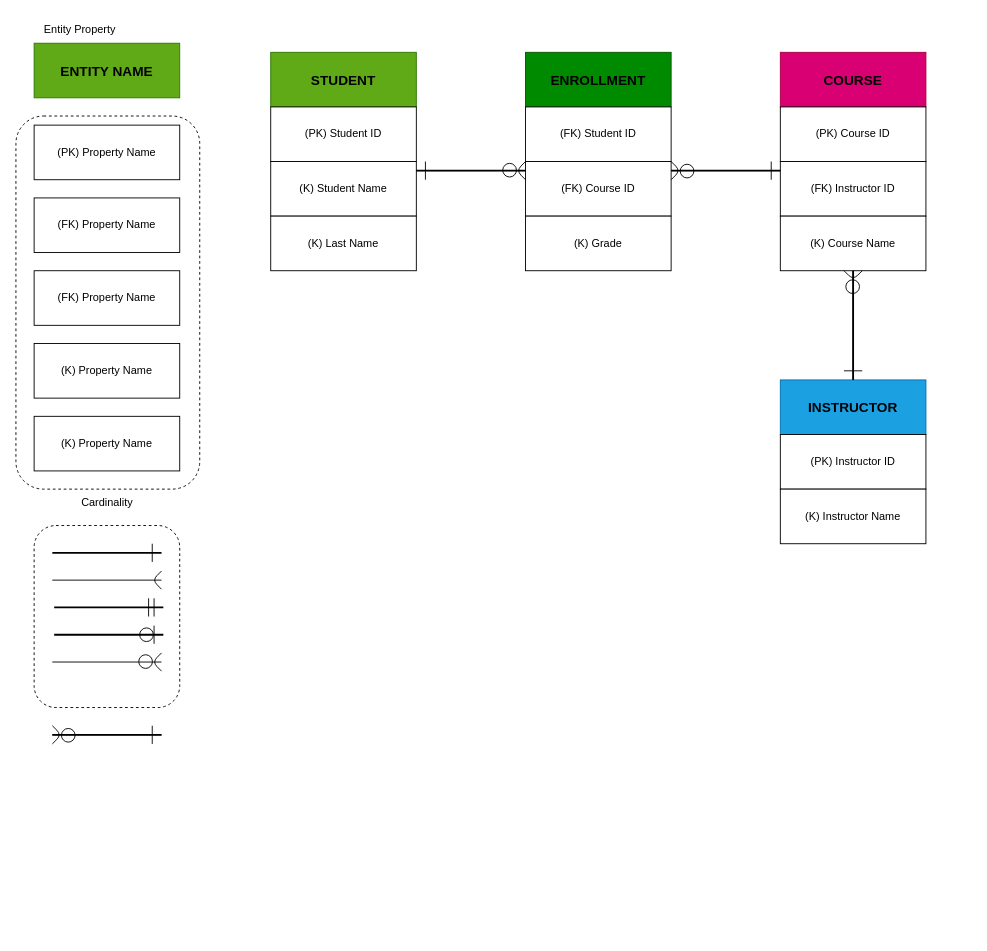
Above: Day 05/ERD TEMPLATE.drawio in James-Jaffray/Database_Fundamentals_in_Class (draw.io), before the change. Source tidied: cells renumbered, new cells numbered last; positions are measured from the earlier drawing's top-left corner, leaving out a move shared by most shapes. Both pictures are drawn from the tidied source at 91%, with x=0, y=0 at pixel (15, 15).
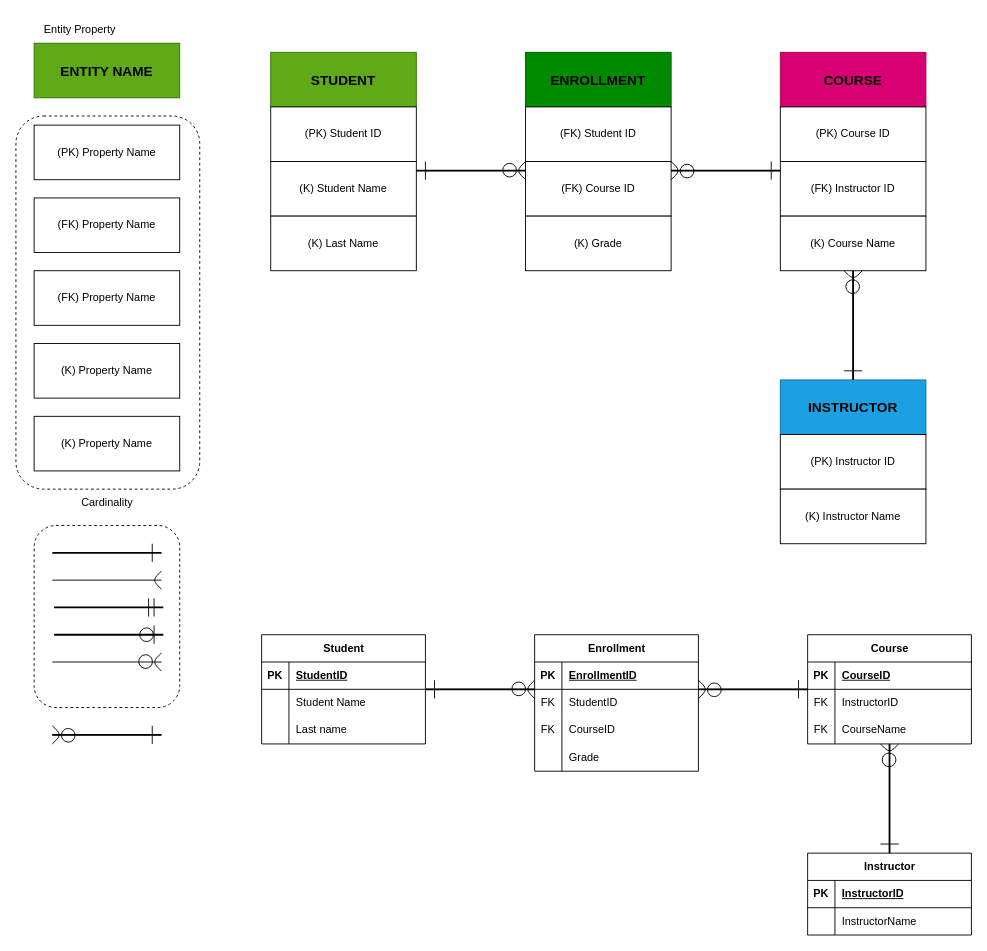
The same diagram, later.

Change to the diagram source:
```diff
@@
+    <mxCell id="74" value="Student" style="shape=table;startSize=30;childLayout=tableLayout;rowLines=0;fontStyle=1;align=center;html=1;" parent="1" vertex="1">
+      <mxGeometry x="270" y="680" width="180" height="120" as="geometry" />
+    </mxCell>
+    <mxCell id="75" style="shape=tableRow;horizontal=0;startSize=0;swimlaneHead=0;swimlaneBody=0;fillColor=none;top=0;left=0;right=0;bottom=1;" parent="74" vertex="1">
+      <mxGeometry y="30" width="180" height="30" as="geometry" />
+    </mxCell>
+    <mxCell id="76" value="PK" style="shape=partialRectangle;fillColor=none;top=0;left=0;bottom=0;right=0;fontStyle=1;overflow=hidden;whiteSpace=wrap;html=1;" parent="75" vertex="1">
+      <mxGeometry width="30" height="30" as="geometry" />
+    </mxCell>
+    <mxCell id="77" value="StudentID" style="shape=partialRectangle;fillColor=none;top=0;left=0;bottom=0;right=0;align=left;spacingLeft=6;fontStyle=5;overflow=hidden;whiteSpace=wrap;html=1;" parent="75" vertex="1">
+      <mxGeometry x="30" width="150" height="30" as="geometry" />
+    </mxCell>
+    <mxCell id="78" style="shape=tableRow;horizontal=0;startSize=0;swimlaneHead=0;swimlaneBody=0;fillColor=none;top=0;left=0;right=0;bottom=0;" parent="74" vertex="1">
+      <mxGeometry y="60" width="180" height="30" as="geometry" />
+    </mxCell>
+    <mxCell id="79" style="shape=partialRectangle;fillColor=none;top=0;left=0;bottom=0;right=0;overflow=hidden;whiteSpace=wrap;html=1;" parent="78" vertex="1">
+      <mxGeometry width="30" height="30" as="geometry" />
+    </mxCell>
+    <mxCell id="80" value="Student Name" style="shape=partialRectangle;fillColor=none;top=0;left=0;bottom=0;right=0;align=left;spacingLeft=6;overflow=hidden;whiteSpace=wrap;html=1;" parent="78" vertex="1">
+      <mxGeometry x="30" width="150" height="30" as="geometry" />
+    </mxCell>
+    <mxCell id="81" style="shape=tableRow;horizontal=0;startSize=0;swimlaneHead=0;swimlaneBody=0;fillColor=none;top=0;left=0;right=0;bottom=0;" parent="74" vertex="1">
+      <mxGeometry y="90" width="180" height="30" as="geometry" />
+    </mxCell>
+    <mxCell id="82" style="shape=partialRectangle;fillColor=none;top=0;left=0;bottom=0;right=0;overflow=hidden;whiteSpace=wrap;html=1;" parent="81" vertex="1">
+      <mxGeometry width="30" height="30" as="geometry" />
+    </mxCell>
+    <mxCell id="83" value="Last name" style="shape=partialRectangle;fillColor=none;top=0;left=0;bottom=0;right=0;align=left;spacingLeft=6;overflow=hidden;whiteSpace=wrap;html=1;" parent="81" vertex="1">
+      <mxGeometry x="30" width="150" height="30" as="geometry" />
+    </mxCell>
+    <mxCell id="84" value="Enrollment" style="shape=table;startSize=30;childLayout=tableLayout;rowLines=0;fontStyle=1;align=center;html=1;" parent="1" vertex="1">
+      <mxGeometry x="570" y="680" width="180" height="150" as="geometry" />
+    </mxCell>
+    <mxCell id="85" style="shape=tableRow;horizontal=0;startSize=0;swimlaneHead=0;swimlaneBody=0;fillColor=none;top=0;left=0;right=0;bottom=1;" parent="84" vertex="1">
+      <mxGeometry y="30" width="180" height="30" as="geometry" />
+    </mxCell>
+    <mxCell id="86" value="PK" style="shape=partialRectangle;fillColor=none;top=0;left=0;bottom=0;right=0;fontStyle=1;overflow=hidden;whiteSpace=wrap;html=1;" parent="85" vertex="1">
+      <mxGeometry width="30" height="30" as="geometry" />
+    </mxCell>
+    <mxCell id="87" value="EnrollmentID" style="shape=partialRectangle;fillColor=none;top=0;left=0;bottom=0;right=0;align=left;spacingLeft=6;fontStyle=5;overflow=hidden;whiteSpace=wrap;html=1;" parent="85" vertex="1">
+      <mxGeometry x="30" width="150" height="30" as="geometry" />
+    </mxCell>
+    <mxCell id="88" style="shape=tableRow;horizontal=0;startSize=0;swimlaneHead=0;swimlaneBody=0;fillColor=none;top=0;left=0;right=0;bottom=0;" parent="84" vertex="1">
+      <mxGeometry y="60" width="180" height="30" as="geometry" />
+    </mxCell>
+    <mxCell id="89" value="FK" style="shape=partialRectangle;fillColor=none;top=0;left=0;bottom=0;right=0;overflow=hidden;whiteSpace=wrap;html=1;" parent="88" vertex="1">
+      <mxGeometry width="30" height="30" as="geometry" />
+    </mxCell>
+    <mxCell id="90" value="StudentID" style="shape=partialRectangle;fillColor=none;top=0;left=0;bottom=0;right=0;align=left;spacingLeft=6;overflow=hidden;whiteSpace=wrap;html=1;" parent="88" vertex="1">
+      <mxGeometry x="30" width="150" height="30" as="geometry" />
+    </mxCell>
+    <mxCell id="91" style="shape=tableRow;horizontal=0;startSize=0;swimlaneHead=0;swimlaneBody=0;fillColor=none;top=0;left=0;right=0;bottom=0;" parent="84" vertex="1">
+      <mxGeometry y="90" width="180" height="30" as="geometry" />
+    </mxCell>
+    <mxCell id="92" value="FK" style="shape=partialRectangle;fillColor=none;top=0;left=0;bottom=0;right=0;overflow=hidden;whiteSpace=wrap;html=1;" parent="91" vertex="1">
+      <mxGeometry width="30" height="30" as="geometry" />
+    </mxCell>
+    <mxCell id="93" value="CourseID" style="shape=partialRectangle;fillColor=none;top=0;left=0;bottom=0;right=0;align=left;spacingLeft=6;overflow=hidden;whiteSpace=wrap;html=1;" parent="91" vertex="1">
+      <mxGeometry x="30" width="150" height="30" as="geometry" />
+    </mxCell>
+    <mxCell id="94" style="shape=tableRow;horizontal=0;startSize=0;swimlaneHead=0;swimlaneBody=0;fillColor=none;top=0;left=0;right=0;bottom=0;" parent="84" vertex="1">
+      <mxGeometry y="120" width="180" height="30" as="geometry" />
+    </mxCell>
+    <mxCell id="95" style="shape=partialRectangle;fillColor=none;top=0;left=0;bottom=0;right=0;overflow=hidden;whiteSpace=wrap;html=1;" parent="94" vertex="1">
+      <mxGeometry width="30" height="30" as="geometry" />
+    </mxCell>
+    <mxCell id="96" value="Grade" style="shape=partialRectangle;fillColor=none;top=0;left=0;bottom=0;right=0;align=left;spacingLeft=6;overflow=hidden;whiteSpace=wrap;html=1;" parent="94" vertex="1">
+      <mxGeometry x="30" width="150" height="30" as="geometry" />
+    </mxCell>
+    <mxCell id="97" value="Course" style="shape=table;startSize=30;childLayout=tableLayout;rowLines=0;fontStyle=1;align=center;html=1;" parent="1" vertex="1">
+      <mxGeometry x="870" y="680" width="180" height="120" as="geometry" />
+    </mxCell>
+    <mxCell id="98" style="shape=tableRow;horizontal=0;startSize=0;swimlaneHead=0;swimlaneBody=0;fillColor=none;top=0;left=0;right=0;bottom=1;" parent="97" vertex="1">
+      <mxGeometry y="30" width="180" height="30" as="geometry" />
+    </mxCell>
+    <mxCell id="99" value="PK" style="shape=partialRectangle;fillColor=none;top=0;left=0;bottom=0;right=0;fontStyle=1;overflow=hidden;whiteSpace=wrap;html=1;" parent="98" vertex="1">
+      <mxGeometry width="30" height="30" as="geometry" />
+    </mxCell>
+    <mxCell id="100" value="CourseID" style="shape=partialRectangle;fillColor=none;top=0;left=0;bottom=0;right=0;align=left;spacingLeft=6;fontStyle=5;overflow=hidden;whiteSpace=wrap;html=1;" parent="98" vertex="1">
+      <mxGeometry x="30" width="150" height="30" as="geometry" />
+    </mxCell>
+    <mxCell id="101" style="shape=tableRow;horizontal=0;startSize=0;swimlaneHead=0;swimlaneBody=0;fillColor=none;top=0;left=0;right=0;bottom=0;" parent="97" vertex="1">
+      <mxGeometry y="60" width="180" height="30" as="geometry" />
+    </mxCell>
+    <mxCell id="102" value="FK" style="shape=partialRectangle;fillColor=none;top=0;left=0;bottom=0;right=0;overflow=hidden;whiteSpace=wrap;html=1;" parent="101" vertex="1">
+      <mxGeometry width="30" height="30" as="geometry" />
+    </mxCell>
+    <mxCell id="103" value="InstructorID" style="shape=partialRectangle;fillColor=none;top=0;left=0;bottom=0;right=0;align=left;spacingLeft=6;overflow=hidden;whiteSpace=wrap;html=1;" parent="101" vertex="1">
+      <mxGeometry x="30" width="150" height="30" as="geometry" />
+    </mxCell>
+    <mxCell id="104" style="shape=tableRow;horizontal=0;startSize=0;swimlaneHead=0;swimlaneBody=0;fillColor=none;top=0;left=0;right=0;bottom=0;" parent="97" vertex="1">
+      <mxGeometry y="90" width="180" height="30" as="geometry" />
+    </mxCell>
+    <mxCell id="105" value="FK" style="shape=partialRectangle;fillColor=none;top=0;left=0;bottom=0;right=0;overflow=hidden;whiteSpace=wrap;html=1;" parent="104" vertex="1">
+      <mxGeometry width="30" height="30" as="geometry" />
+    </mxCell>
+    <mxCell id="106" value="CourseName" style="shape=partialRectangle;fillColor=none;top=0;left=0;bottom=0;right=0;align=left;spacingLeft=6;overflow=hidden;whiteSpace=wrap;html=1;" parent="104" vertex="1">
+      <mxGeometry x="30" width="150" height="30" as="geometry" />
+    </mxCell>
+    <mxCell id="107" value="Instructor" style="shape=table;startSize=30;childLayout=tableLayout;rowLines=0;fontStyle=1;align=center;html=1;" parent="1" vertex="1">
+      <mxGeometry x="870" y="920" width="180" height="90" as="geometry" />
+    </mxCell>
+    <mxCell id="108" style="shape=tableRow;horizontal=0;startSize=0;swimlaneHead=0;swimlaneBody=0;fillColor=none;top=0;left=0;right=0;bottom=1;" parent="107" vertex="1">
+      <mxGeometry y="30" width="180" height="30" as="geometry" />
+    </mxCell>
+    <mxCell id="109" value="PK" style="shape=partialRectangle;fillColor=none;top=0;left=0;bottom=0;right=0;fontStyle=1;overflow=hidden;whiteSpace=wrap;html=1;" parent="108" vertex="1">
+      <mxGeometry width="30" height="30" as="geometry" />
+    </mxCell>
+    <mxCell id="110" value="InstructorID" style="shape=partialRectangle;fillColor=none;top=0;left=0;bottom=0;right=0;align=left;spacingLeft=6;fontStyle=5;overflow=hidden;whiteSpace=wrap;html=1;" parent="108" vertex="1">
+      <mxGeometry x="30" width="150" height="30" as="geometry" />
+    </mxCell>
+    <mxCell id="111" style="shape=tableRow;horizontal=0;startSize=0;swimlaneHead=0;swimlaneBody=0;fillColor=none;top=0;left=0;right=0;bottom=0;" parent="107" vertex="1">
+      <mxGeometry y="60" width="180" height="30" as="geometry" />
+    </mxCell>
+    <mxCell id="112" style="shape=partialRectangle;fillColor=none;top=0;left=0;bottom=0;right=0;overflow=hidden;whiteSpace=wrap;html=1;" parent="111" vertex="1">
+      <mxGeometry width="30" height="30" as="geometry" />
+    </mxCell>
+    <mxCell id="113" value="InstructorName" style="shape=partialRectangle;fillColor=none;top=0;left=0;bottom=0;right=0;align=left;spacingLeft=6;overflow=hidden;whiteSpace=wrap;html=1;" parent="111" vertex="1">
+      <mxGeometry x="30" width="150" height="30" as="geometry" />
+    </mxCell>
+    <mxCell id="114" style="group;rotation=-180;" parent="1" vertex="1">
+      <mxGeometry x="450" y="730" width="120" height="20" as="geometry" />
+    </mxCell>
+    <mxCell id="115" style="endArrow=none;html=1;strokeWidth=2;" parent="114" edge="1">
+      <mxGeometry relative="1" as="geometry">
+        <mxPoint x="120" y="10" as="sourcePoint" />
+        <mxPoint y="10" as="targetPoint" />
+      </mxGeometry>
+    </mxCell>
+    <mxCell id="116" style="endArrow=none;html=1;" parent="114" edge="1">
+      <mxGeometry relative="1" as="geometry">
+        <mxPoint x="10" as="sourcePoint" />
+        <mxPoint x="10" y="20" as="targetPoint" />
+      </mxGeometry>
+    </mxCell>
+    <mxCell id="117" style="group;rotation=-360;" parent="114" vertex="1">
+      <mxGeometry width="120" height="20" as="geometry" />
+    </mxCell>
+    <mxCell id="118" style="endArrow=none;html=1;" parent="117" edge="1">
+      <mxGeometry relative="1" as="geometry">
+        <mxPoint y="10" as="sourcePoint" />
+        <mxPoint x="120" y="10" as="targetPoint" />
+      </mxGeometry>
+    </mxCell>
+    <mxCell id="119" style="endArrow=none;html=1;" parent="117" edge="1">
+      <mxGeometry relative="1" as="geometry">
+        <mxPoint x="120" y="20" as="sourcePoint" />
+        <mxPoint x="120" as="targetPoint" />
+        <Array as="points">
+          <mxPoint x="110" y="10" />
+        </Array>
+      </mxGeometry>
+    </mxCell>
+    <mxCell id="120" style="ellipse;whiteSpace=wrap;html=1;fillColor=none;rotation=-360;" parent="117" vertex="1">
+      <mxGeometry x="95" y="2" width="15" height="15" as="geometry" />
+    </mxCell>
+    <mxCell id="121" style="group;rotation=0;" parent="1" vertex="1">
+      <mxGeometry x="750" y="730" width="120" height="20" as="geometry" />
+    </mxCell>
+    <mxCell id="122" style="endArrow=none;html=1;strokeWidth=2;" parent="121" edge="1">
+      <mxGeometry relative="1" as="geometry">
+        <mxPoint y="10" as="sourcePoint" />
+        <mxPoint x="120" y="10" as="targetPoint" />
+      </mxGeometry>
+    </mxCell>
+    <mxCell id="123" style="endArrow=none;html=1;" parent="121" edge="1">
+      <mxGeometry relative="1" as="geometry">
+        <mxPoint x="110" y="20" as="sourcePoint" />
+        <mxPoint x="110" as="targetPoint" />
+      </mxGeometry>
+    </mxCell>
+    <mxCell id="124" style="group;rotation=-180;" parent="121" vertex="1">
+      <mxGeometry width="120" height="20" as="geometry" />
+    </mxCell>
+    <mxCell id="125" style="endArrow=none;html=1;" parent="124" edge="1">
+      <mxGeometry relative="1" as="geometry">
+        <mxPoint x="120" y="10" as="sourcePoint" />
+        <mxPoint y="10" as="targetPoint" />
+      </mxGeometry>
+    </mxCell>
+    <mxCell id="126" style="endArrow=none;html=1;" parent="124" edge="1">
+      <mxGeometry relative="1" as="geometry">
+        <mxPoint as="sourcePoint" />
+        <mxPoint y="20" as="targetPoint" />
+        <Array as="points">
+          <mxPoint x="10" y="10" />
+        </Array>
+      </mxGeometry>
+    </mxCell>
+    <mxCell id="127" style="ellipse;whiteSpace=wrap;html=1;fillColor=none;rotation=-180;" parent="124" vertex="1">
+      <mxGeometry x="10" y="3" width="15" height="15" as="geometry" />
+    </mxCell>
+    <mxCell id="128" style="group;rotation=90;" parent="1" vertex="1">
+      <mxGeometry x="900" y="850" width="120" height="20" as="geometry" />
+    </mxCell>
+    <mxCell id="129" style="endArrow=none;html=1;strokeWidth=2;" parent="128" edge="1">
+      <mxGeometry relative="1" as="geometry">
+        <mxPoint x="60" y="-50" as="sourcePoint" />
+        <mxPoint x="60" y="70" as="targetPoint" />
+      </mxGeometry>
+    </mxCell>
+    <mxCell id="130" style="endArrow=none;html=1;" parent="128" edge="1">
+      <mxGeometry relative="1" as="geometry">
+        <mxPoint x="50" y="60" as="sourcePoint" />
+        <mxPoint x="70" y="60" as="targetPoint" />
+      </mxGeometry>
+    </mxCell>
+    <mxCell id="131" style="group;rotation=-90;" parent="128" vertex="1">
+      <mxGeometry width="120" height="20" as="geometry" />
+    </mxCell>
+    <mxCell id="132" style="endArrow=none;html=1;" parent="131" edge="1">
+      <mxGeometry relative="1" as="geometry">
+        <mxPoint x="60" y="70" as="sourcePoint" />
+        <mxPoint x="60" y="-50" as="targetPoint" />
+      </mxGeometry>
+    </mxCell>
+    <mxCell id="133" style="endArrow=none;html=1;" parent="131" edge="1">
+      <mxGeometry relative="1" as="geometry">
+        <mxPoint x="70" y="-50" as="sourcePoint" />
+        <mxPoint x="50" y="-50" as="targetPoint" />
+        <Array as="points">
+          <mxPoint x="60" y="-40" />
+        </Array>
+      </mxGeometry>
+    </mxCell>
+    <mxCell id="134" style="ellipse;whiteSpace=wrap;html=1;fillColor=none;rotation=-90;" parent="131" vertex="1">
+      <mxGeometry x="52" y="-40" width="15" height="15" as="geometry" />
+    </mxCell>
```
